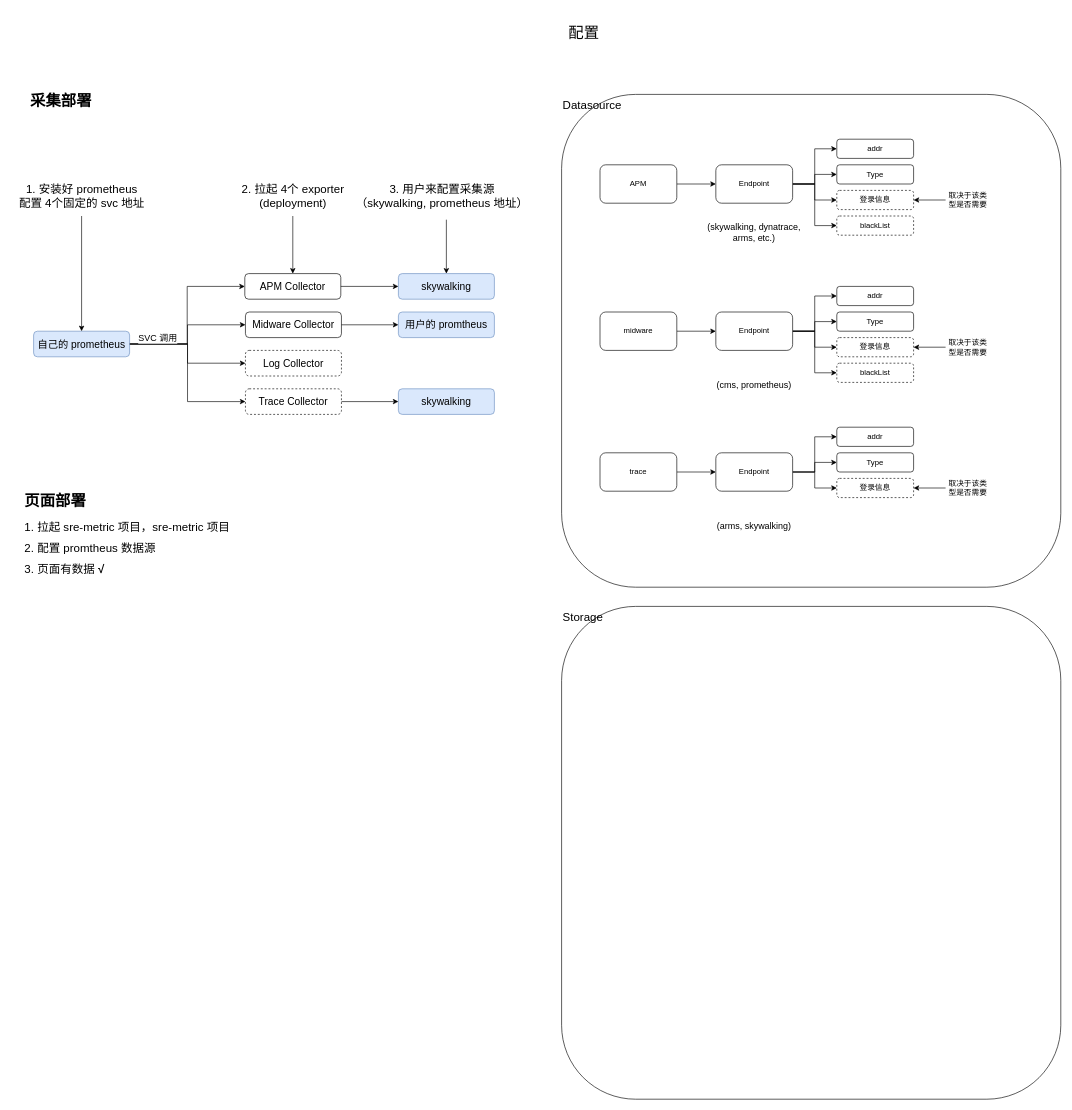
This is page "Exporter拉起" (4 of 6) of 数据架构图.drawio from Allen9797/WorkZone, a draw.io file, before an edit. Source tidied: cells renumbered, new cells numbered last; positions are measured from the earlier drawing's top-left corner, leaving out a move shared by most shapes. Both pictures are drawn from the tidied source at 64%, with x=0, y=0 at pixel (11, 11).
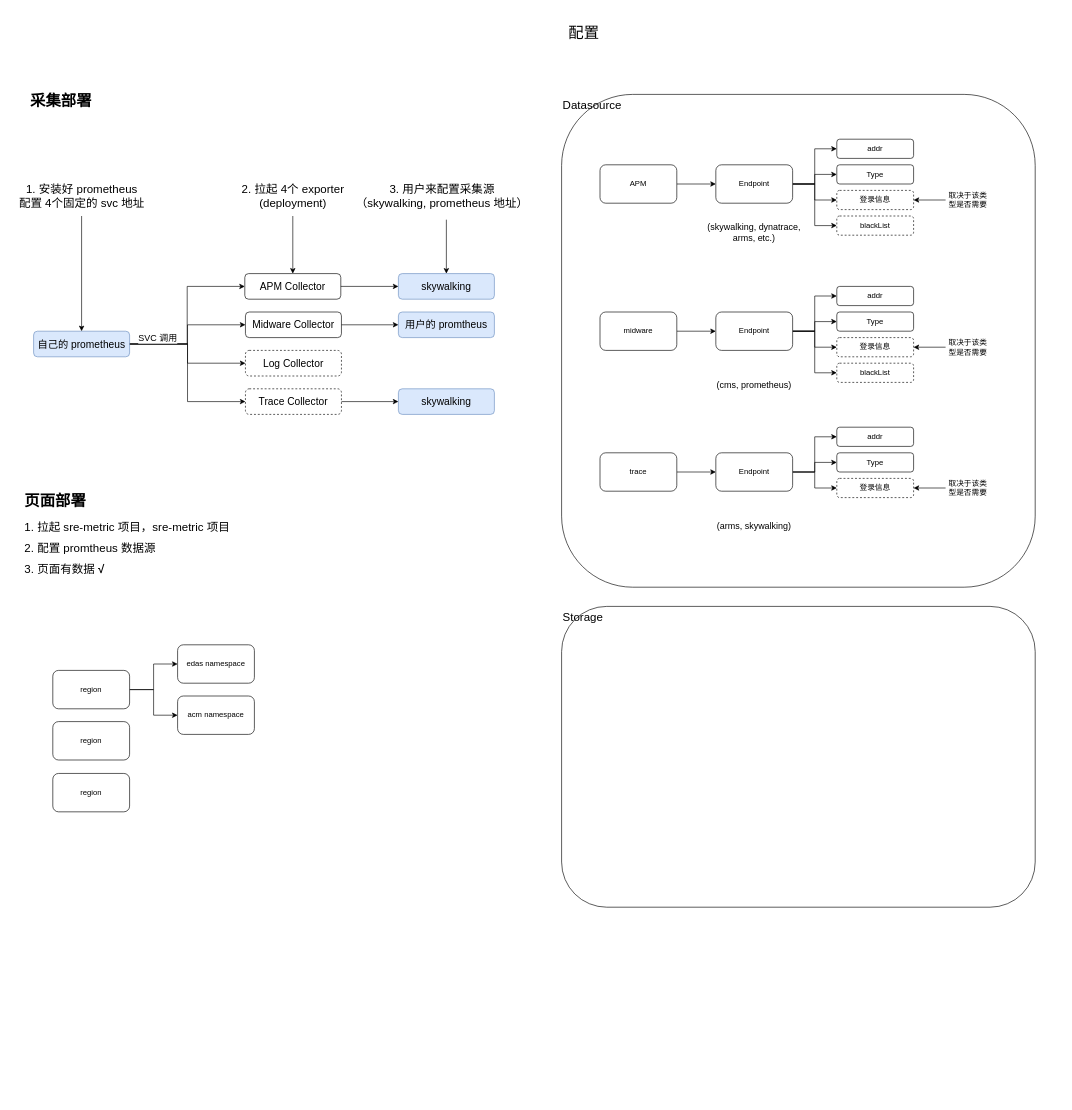
After the change.

Commit message:
更新数据架构图.drawio

Change to the diagram source:
```diff
@@
     <mxCell id="2" value="&lt;font style=&quot;font-size: 18px;&quot;&gt;Datasource&lt;/font&gt;" style="rounded=1;whiteSpace=wrap;html=1;fillColor=none;verticalAlign=top;align=left;" parent="1" vertex="1">
-      <mxGeometry x="860" y="130" width="780" height="770" as="geometry" />
+      <mxGeometry x="860" y="130" width="740" height="770" as="geometry" />
     </mxCell>
@@
     <mxCell id="58" value="&lt;font style=&quot;font-size: 18px;&quot;&gt;Storage&lt;/font&gt;" style="rounded=1;whiteSpace=wrap;html=1;fillColor=none;align=left;verticalAlign=top;" parent="1" vertex="1">
-      <mxGeometry x="860" y="930" width="780" height="770" as="geometry" />
+      <mxGeometry x="860" y="930" width="740" height="470" as="geometry" />
     </mxCell>
@@
+    <mxCell id="69" style="edgeStyle=orthogonalEdgeStyle;rounded=0;jettySize=auto;html=1;exitX=1;exitY=0.5;exitDx=0;exitDy=0;entryX=0;entryY=0.5;entryDx=0;entryDy=0;" parent="1" edge="1" source="71" target="72">
+      <mxGeometry relative="1" as="geometry" />
+    </mxCell>
+    <mxCell id="70" style="edgeStyle=orthogonalEdgeStyle;rounded=0;jettySize=auto;html=1;exitX=1;exitY=0.5;exitDx=0;exitDy=0;entryX=0;entryY=0.5;entryDx=0;entryDy=0;" parent="1" edge="1" source="71" target="73">
+      <mxGeometry relative="1" as="geometry" />
+    </mxCell>
+    <mxCell id="71" value="region" style="rounded=1;whiteSpace=wrap;html=1;" parent="1" vertex="1">
+      <mxGeometry x="65" y="1030" width="120" height="60" as="geometry" />
+    </mxCell>
+    <mxCell id="72" value="edas namespace" style="rounded=1;whiteSpace=wrap;html=1;" parent="1" vertex="1">
+      <mxGeometry x="260" y="990" width="120" height="60" as="geometry" />
+    </mxCell>
+    <mxCell id="73" value="acm namespace" style="rounded=1;whiteSpace=wrap;html=1;" parent="1" vertex="1">
+      <mxGeometry x="260" y="1070" width="120" height="60" as="geometry" />
+    </mxCell>
+    <mxCell id="74" value="region" style="rounded=1;whiteSpace=wrap;html=1;" parent="1" vertex="1">
+      <mxGeometry x="65" y="1110" width="120" height="60" as="geometry" />
+    </mxCell>
+    <mxCell id="75" value="region" style="rounded=1;whiteSpace=wrap;html=1;" parent="1" vertex="1">
+      <mxGeometry x="65" y="1191" width="120" height="60" as="geometry" />
+    </mxCell>
```
